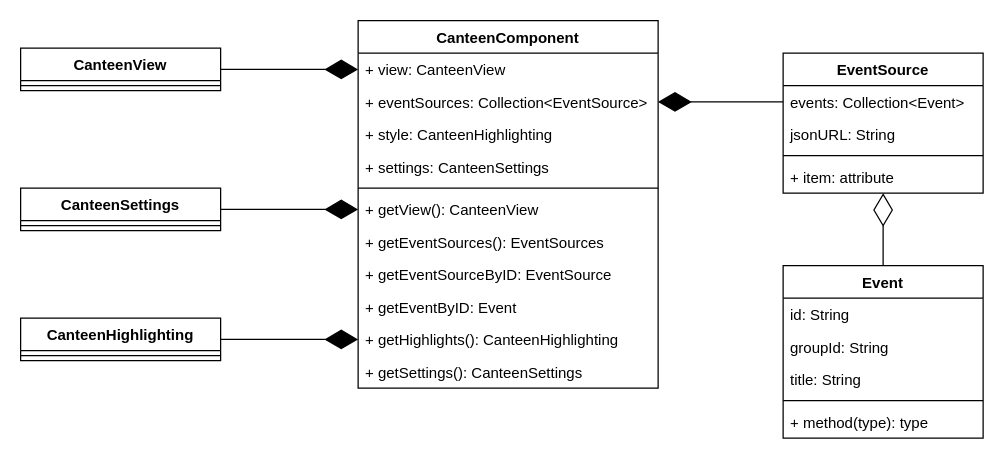
Above: page "Frontend: Canteen Module" (3 of 7) of docs/class_diagrams/CD0_working_file.drawio in clueless-capybaras/dhbw-community-dashboard (draw.io), before the change. Source tidied: cells renumbered, new cells numbered last; positions are measured from the earlier drawing's top-left corner, leaving out a move shared by most shapes. Both pictures are drawn from the tidied source at 125%, with x=0, y=0 at pixel (20, 20).
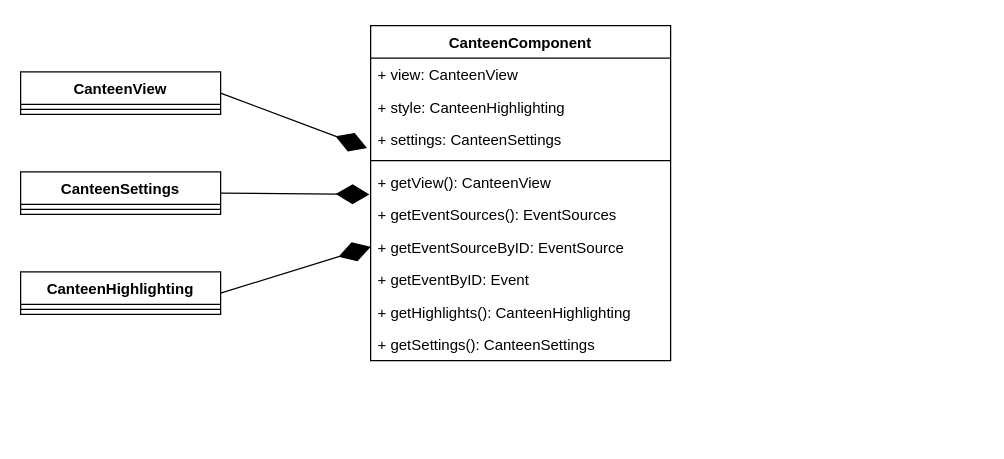
The same page after the edit.

Commit message:
small changes to class diagram

Unchanged cells that the change refers to:
```xml
<mxCell id="7" value="+ view: CanteenView" style="text;strokeColor=none;fillColor=none;align=left;verticalAlign=top;spacingLeft=4;spacingRight=4;overflow=hidden;points=[[0,0.5],[1,0.5]];portConstraint=eastwest;" parent="6" vertex="1">
  <mxGeometry y="26" width="240" height="26" as="geometry" />
</mxCell>
```

The edit, as a diff of the source:
```diff
@@
     <mxCell id="2" value="CanteenView" style="swimlane;fontStyle=1;align=center;verticalAlign=top;horizontal=1;startSize=26;" parent="1" vertex="1">
-      <mxGeometry y="22" width="160" height="34" as="geometry" />
+      <mxGeometry y="41" width="160" height="34" as="geometry" />
     </mxCell>
@@
     <mxCell id="4" value="CanteenSettings" style="swimlane;fontStyle=1;align=center;verticalAlign=top;horizontal=1;startSize=26;" parent="1" vertex="1">
-      <mxGeometry y="134" width="160" height="34" as="geometry" />
+      <mxGeometry y="121" width="160" height="34" as="geometry" />
     </mxCell>
@@
     <mxCell id="6" value="CanteenComponent" style="swimlane;fontStyle=1;align=center;verticalAlign=top;horizontal=1;startSize=26;" parent="1" vertex="1">
-      <mxGeometry x="270" width="240" height="294" as="geometry" />
+      <mxGeometry x="280" y="4" width="240" height="268" as="geometry" />
     </mxCell>
@@
-    <mxCell id="8" value="+ eventSources: Collection&lt;EventSource&gt;" style="text;strokeColor=none;fillColor=none;align=left;verticalAlign=top;spacingLeft=4;spacingRight=4;overflow=hidden;points=[[0,0.5],[1,0.5]];portConstraint=eastwest;" parent="6" vertex="1">
-      <mxGeometry y="52" width="240" height="26" as="geometry" />
-    </mxCell>
     <mxCell id="9" value="+ style: CanteenHighlighting" style="text;strokeColor=none;fillColor=none;align=left;verticalAlign=top;spacingLeft=4;spacingRight=4;overflow=hidden;" parent="6" vertex="1">
-      <mxGeometry y="78" width="240" height="26" as="geometry" />
+      <mxGeometry y="52" width="240" height="26" as="geometry" />
     </mxCell>
     <mxCell id="10" value="+ settings: CanteenSettings" style="text;strokeColor=none;fillColor=none;align=left;verticalAlign=top;spacingLeft=4;spacingRight=4;overflow=hidden;points=[[0,0.5],[1,0.5]];portConstraint=eastwest;" parent="6" vertex="1">
-      <mxGeometry y="104" width="240" height="26" as="geometry" />
+      <mxGeometry y="78" width="240" height="26" as="geometry" />
     </mxCell>
     <mxCell id="11" style="line;strokeWidth=1;fillColor=none;align=left;verticalAlign=middle;spacingTop=-1;spacingLeft=3;spacingRight=3;labelPosition=right;" parent="6" vertex="1">
-      <mxGeometry y="130" width="240" height="8" as="geometry" />
+      <mxGeometry y="104" width="240" height="8" as="geometry" />
     </mxCell>
     <mxCell id="12" value="+ getView(): CanteenView " style="text;strokeColor=none;fillColor=none;align=left;verticalAlign=top;spacingLeft=4;spacingRight=4;overflow=hidden;points=[[0,0.5],[1,0.5]];portConstraint=eastwest;" parent="6" vertex="1">
-      <mxGeometry y="138" width="240" height="26" as="geometry" />
+      <mxGeometry y="112" width="240" height="26" as="geometry" />
     </mxCell>
     <mxCell id="13" value="+ getEventSources(): EventSources " style="text;strokeColor=none;fillColor=none;align=left;verticalAlign=top;spacingLeft=4;spacingRight=4;overflow=hidden;" parent="6" vertex="1">
-      <mxGeometry y="164" width="240" height="26" as="geometry" />
+      <mxGeometry y="138" width="240" height="26" as="geometry" />
     </mxCell>
     <mxCell id="14" value="+ getEventSourceByID: EventSource" style="text;strokeColor=none;fillColor=none;align=left;verticalAlign=top;spacingLeft=4;spacingRight=4;overflow=hidden;points=[[0,0.5],[1,0.5]];portConstraint=eastwest;" parent="6" vertex="1">
-      <mxGeometry y="190" width="240" height="26" as="geometry" />
+      <mxGeometry y="164" width="240" height="26" as="geometry" />
     </mxCell>
     <mxCell id="15" value="+ getEventByID: Event" style="text;strokeColor=none;fillColor=none;align=left;verticalAlign=top;spacingLeft=4;spacingRight=4;overflow=hidden;" parent="6" vertex="1">
-      <mxGeometry y="216" width="240" height="26" as="geometry" />
+      <mxGeometry y="190" width="240" height="26" as="geometry" />
     </mxCell>
     <mxCell id="16" value="+ getHighlights(): CanteenHighlighting" style="text;strokeColor=none;fillColor=none;align=left;verticalAlign=top;spacingLeft=4;spacingRight=4;overflow=hidden;points=[[0,0.5],[1,0.5]];portConstraint=eastwest;" parent="6" vertex="1">
-      <mxGeometry y="242" width="240" height="26" as="geometry" />
+      <mxGeometry y="216" width="240" height="26" as="geometry" />
     </mxCell>
     <mxCell id="17" value="+ getSettings(): CanteenSettings" style="text;strokeColor=none;fillColor=none;align=left;verticalAlign=top;spacingLeft=4;spacingRight=4;overflow=hidden;" parent="6" vertex="1">
-      <mxGeometry y="268" width="240" height="26" as="geometry" />
+      <mxGeometry y="242" width="240" height="26" as="geometry" />
     </mxCell>
-    <mxCell id="18" value="EventSource" style="swimlane;fontStyle=1;align=center;verticalAlign=top;horizontal=1;startSize=26;" parent="1" vertex="1">
-      <mxGeometry x="610" y="26" width="160" height="112" as="geometry" />
-    </mxCell>
-    <mxCell id="19" value="events: Collection&lt;Event&gt;" style="text;strokeColor=none;fillColor=none;align=left;verticalAlign=top;spacingLeft=4;spacingRight=4;overflow=hidden;points=[[0,0.5],[1,0.5]];portConstraint=eastwest;" parent="18" vertex="1">
-      <mxGeometry y="26" width="160" height="26" as="geometry" />
-    </mxCell>
-    <mxCell id="20" value="jsonURL: String" style="text;strokeColor=none;fillColor=none;align=left;verticalAlign=top;spacingLeft=4;spacingRight=4;overflow=hidden;" parent="18" vertex="1">
-      <mxGeometry y="52" width="160" height="26" as="geometry" />
-    </mxCell>
-    <mxCell id="21" style="line;strokeWidth=1;fillColor=none;align=left;verticalAlign=middle;spacingTop=-1;spacingLeft=3;spacingRight=3;labelPosition=right;" parent="18" vertex="1">
-      <mxGeometry y="78" width="160" height="8" as="geometry" />
-    </mxCell>
-    <mxCell id="22" value="+ item: attribute" style="text;strokeColor=none;fillColor=none;align=left;verticalAlign=top;spacingLeft=4;spacingRight=4;overflow=hidden;" parent="18" vertex="1">
-      <mxGeometry y="86" width="160" height="26" as="geometry" />
-    </mxCell>
-    <mxCell id="23" value="Event" style="swimlane;fontStyle=1;align=center;verticalAlign=top;horizontal=1;startSize=26;" parent="1" vertex="1">
-      <mxGeometry x="610" y="196" width="160" height="138" as="geometry" />
-    </mxCell>
-    <mxCell id="24" value="id: String" style="text;strokeColor=none;fillColor=none;align=left;verticalAlign=top;spacingLeft=4;spacingRight=4;overflow=hidden;" parent="23" vertex="1">
-      <mxGeometry y="26" width="160" height="26" as="geometry" />
-    </mxCell>
-    <mxCell id="25" value="groupId: String" style="text;strokeColor=none;fillColor=none;align=left;verticalAlign=top;spacingLeft=4;spacingRight=4;overflow=hidden;" parent="23" vertex="1">
-      <mxGeometry y="52" width="160" height="26" as="geometry" />
-    </mxCell>
-    <mxCell id="26" value="title: String" style="text;strokeColor=none;fillColor=none;align=left;verticalAlign=top;spacingLeft=4;spacingRight=4;overflow=hidden;" parent="23" vertex="1">
-      <mxGeometry y="78" width="160" height="26" as="geometry" />
-    </mxCell>
-    <mxCell id="27" style="line;strokeWidth=1;fillColor=none;align=left;verticalAlign=middle;spacingTop=-1;spacingLeft=3;spacingRight=3;labelPosition=right;" parent="23" vertex="1">
-      <mxGeometry y="104" width="160" height="8" as="geometry" />
-    </mxCell>
-    <mxCell id="28" value="+ method(type): type" style="text;strokeColor=none;fillColor=none;align=left;verticalAlign=top;spacingLeft=4;spacingRight=4;overflow=hidden;" parent="23" vertex="1">
-      <mxGeometry y="112" width="160" height="26" as="geometry" />
-    </mxCell>
-    <mxCell id="29" style="endArrow=diamondThin;endFill=1;endSize=24;html=1;rounded=0;entryX=0;entryY=0.5;entryDx=0;entryDy=0;exitX=1;exitY=0.5;exitDx=0;exitDy=0;" parent="1" edge="1" source="2" target="7">
+    <mxCell id="29" style="endArrow=diamondThin;endFill=1;endSize=24;html=1;rounded=0;exitX=1;exitY=0.5;exitDx=0;exitDy=0;entryX=-0.012;entryY=0.769;entryDx=0;entryDy=0;entryPerimeter=0;" parent="1" edge="1" source="2" target="10">
       <mxGeometry relative="1" as="geometry" />
     </mxCell>
-    <mxCell id="30" style="endArrow=diamondThin;endFill=1;endSize=24;html=1;rounded=0;entryX=0;entryY=0.5;entryDx=0;entryDy=0;exitX=1;exitY=0.5;exitDx=0;exitDy=0;" parent="1" edge="1" source="4" target="12">
+    <mxCell id="30" style="endArrow=diamondThin;endFill=1;endSize=24;html=1;rounded=0;exitX=1;exitY=0.5;exitDx=0;exitDy=0;entryX=-0.004;entryY=0.885;entryDx=0;entryDy=0;entryPerimeter=0;" parent="1" edge="1" source="4" target="12">
       <mxGeometry relative="1" as="geometry" />
     </mxCell>
-    <mxCell id="31" style="endArrow=diamondThin;endFill=1;endSize=24;html=1;rounded=0;entryX=0;entryY=0.5;entryDx=0;entryDy=0;exitX=1;exitY=0.5;exitDx=0;exitDy=0;" parent="1" edge="1" source="34" target="16">
+    <mxCell id="31" style="endArrow=diamondThin;endFill=1;endSize=24;html=1;rounded=0;entryX=0;entryY=0.5;entryDx=0;entryDy=0;exitX=1;exitY=0.5;exitDx=0;exitDy=0;" parent="1" edge="1" source="34" target="14">
       <mxGeometry relative="1" as="geometry" />
     </mxCell>
-    <mxCell id="32" style="endArrow=diamondThin;endFill=0;endSize=24;html=1;rounded=0;entryX=0.5;entryY=1;entryDx=0;entryDy=0;exitX=0.5;exitY=0;exitDx=0;exitDy=0;" parent="1" edge="1" source="23" target="18">
-      <mxGeometry relative="1" as="geometry" />
-    </mxCell>
-    <mxCell id="33" style="endArrow=diamondThin;endFill=1;endSize=24;html=1;rounded=0;exitX=0;exitY=0.5;exitDx=0;exitDy=0;entryX=1;entryY=0.5;entryDx=0;entryDy=0;" parent="1" edge="1" source="19" target="8">
-      <mxGeometry relative="1" as="geometry" />
-    </mxCell>
     <mxCell id="34" value="CanteenHighlighting" style="swimlane;fontStyle=1;align=center;verticalAlign=top;horizontal=1;startSize=26;" parent="1" vertex="1">
-      <mxGeometry y="238" width="160" height="34" as="geometry" />
+      <mxGeometry y="201" width="160" height="34" as="geometry" />
     </mxCell>
```
